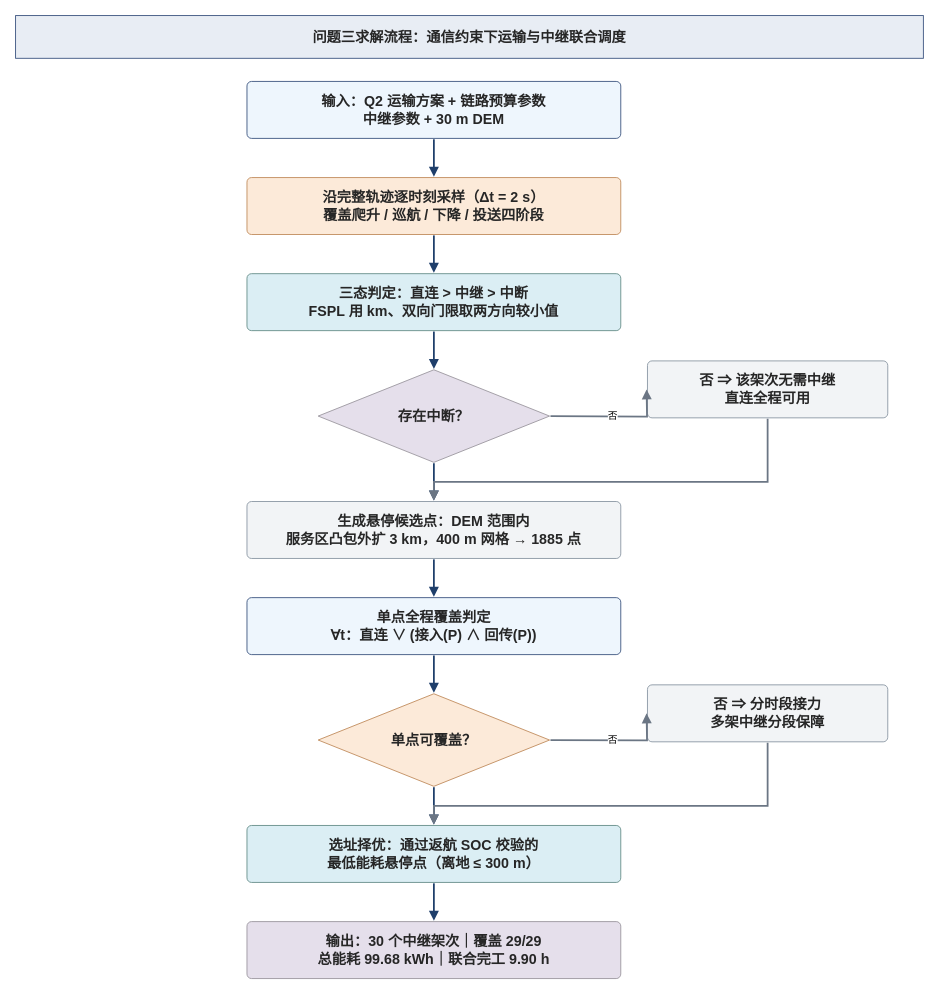
starfruitsz/MathAgent keeps this draw.io diagram as otheragent/diagrams/f03_flow.drawio. Above is the earlier version. Source tidied: cells renumbered, new cells numbered last; positions are measured from the earlier drawing's top-left corner, leaving out a move shared by most shapes. Both pictures are drawn from the tidied source at 89%, with x=0, y=0 at pixel (15, 15).
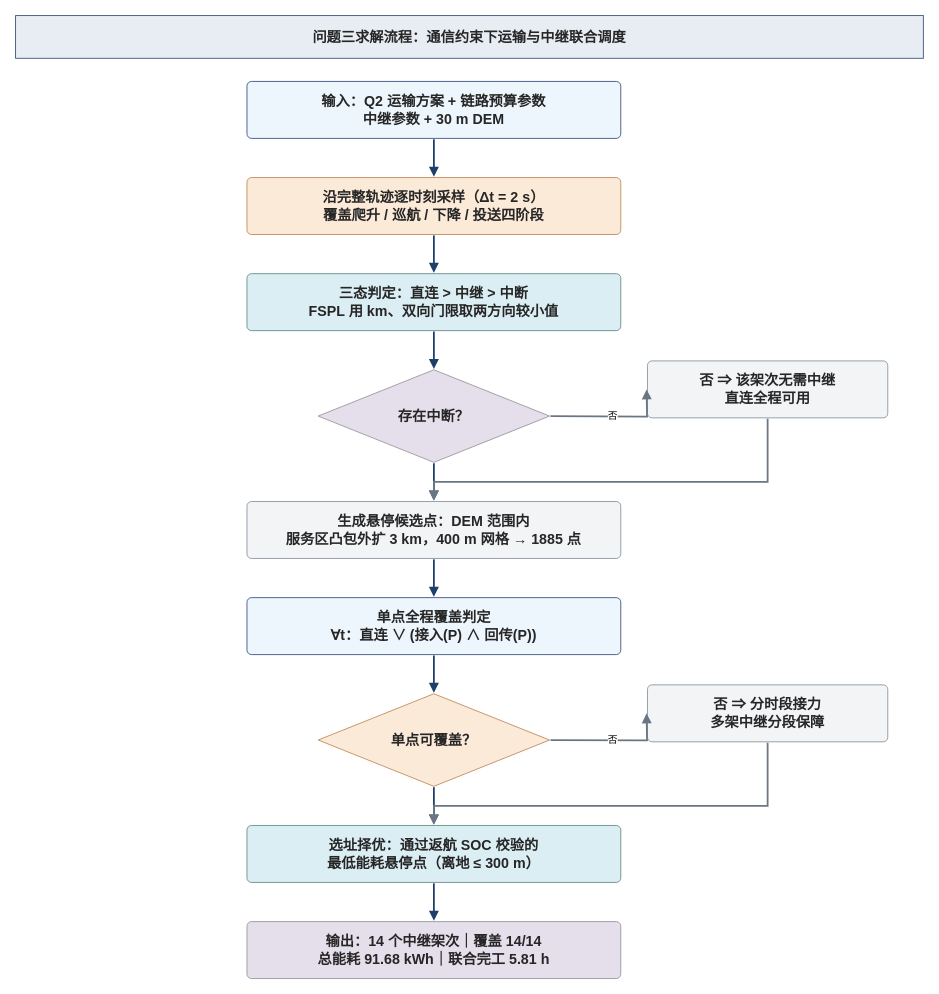
Above is the later version.

Diff of the diagram source:
```diff
@@
-    <mxCell id="24" value="输出：30 个中继架次｜覆盖 29/29&lt;br&gt;总能耗 99.68 kWh｜联合完工 9.90 h" style="rounded=1;arcSize=8;whiteSpace=wrap;html=1;fillColor=#e5dfeb;strokeColor=#9b979f;strokeWidth=1;fontSize=16;fontStyle=1;fontColor=#262626;fontFamily=Microsoft YaHei,PingFang SC,Helvetica;align=center;verticalAlign=middle;" parent="1" vertex="1">
+    <mxCell id="24" value="输出：14 个中继架次｜覆盖 14/14&lt;br&gt;总能耗 91.68 kWh｜联合完工 5.81 h" style="rounded=1;arcSize=8;whiteSpace=wrap;html=1;fillColor=#e5dfeb;strokeColor=#9b979f;strokeWidth=1;fontSize=16;fontStyle=1;fontColor=#262626;fontFamily=Microsoft YaHei,PingFang SC,Helvetica;align=center;verticalAlign=middle;" parent="1" vertex="1">
       <mxGeometry x="260" y="1018" width="420" height="64" as="geometry" />
     </mxCell>
```
